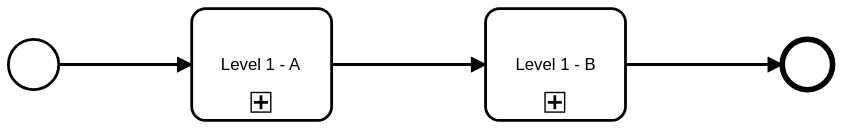
Above: buttons/resources/parent.svg in marstamm/embedded-sub-process-prototype (BPMN), before the change. Its source is kept beside it as buttons/resources/parent.bpmn. Ids are renumbered. Its diagram source:
```xml
<bpmn:definitions xmlns:bpmn="http://www.omg.org/spec/BPMN/20100524/MODEL" xmlns:bpmndi="http://www.omg.org/spec/BPMN/20100524/DI" xmlns:dc="http://www.omg.org/spec/DD/20100524/DC" xmlns:di="http://www.omg.org/spec/DD/20100524/DI" xmlns:modeler="http://camunda.org/schema/modeler/1.0" id="Definitions_n1" targetNamespace="http://bpmn.io/schema/bpmn" exporter="Camunda Modeler" exporterVersion="4.7.0" modeler:executionPlatform="Camunda Platform" modeler:executionPlatformVersion="7.14.0">
  <bpmn:process id="Process_n2" isExecutable="true">
    <bpmn:startEvent id="StartEvent_1">
      <bpmn:outgoing>Flow_n3</bpmn:outgoing>
    </bpmn:startEvent>
    <bpmn:sequenceFlow id="Flow_n3" sourceRef="StartEvent_1" targetRef="existingEmbeddedProcess" />
    <bpmn:subProcess id="existingEmbeddedProcess" name="Level 1 - A">
      <bpmn:incoming>Flow_n3</bpmn:incoming>
      <bpmn:outgoing>Flow_n4</bpmn:outgoing>
    </bpmn:subProcess>
    <bpmn:endEvent id="Event_n5">
      <bpmn:incoming>Flow_n6</bpmn:incoming>
    </bpmn:endEvent>
    <bpmn:sequenceFlow id="Flow_n4" sourceRef="existingEmbeddedProcess" targetRef="missingProcess" />
    <bpmn:subProcess id="missingProcess" name="Level 1 - B">
      <bpmn:incoming>Flow_n4</bpmn:incoming>
      <bpmn:outgoing>Flow_n6</bpmn:outgoing>
    </bpmn:subProcess>
    <bpmn:sequenceFlow id="Flow_n6" sourceRef="missingProcess" targetRef="Event_n5" />
  </bpmn:process>
  <bpmndi:BPMNDiagram id="BPMNDiagram_1">
    <bpmndi:BPMNPlane id="BPMNPlane_1" bpmnElement="Process_n2">
      <bpmndi:BPMNEdge id="Flow_n3_di" bpmnElement="Flow_n3">
        <di:waypoint x="215" y="117" />
        <di:waypoint x="310" y="117" />
      </bpmndi:BPMNEdge>
      <bpmndi:BPMNEdge id="Flow_n4_di" bpmnElement="Flow_n4">
        <di:waypoint x="410" y="117" />
        <di:waypoint x="520" y="117" />
      </bpmndi:BPMNEdge>
      <bpmndi:BPMNEdge id="Flow_n6_di" bpmnElement="Flow_n6">
        <di:waypoint x="620" y="117" />
        <di:waypoint x="732" y="117" />
      </bpmndi:BPMNEdge>
      <bpmndi:BPMNShape id="_BPMNShape_StartEvent_2" bpmnElement="StartEvent_1">
        <dc:Bounds x="179" y="99" width="36" height="36" />
      </bpmndi:BPMNShape>
      <bpmndi:BPMNShape id="Event_n5_di" bpmnElement="Event_n5">
        <dc:Bounds x="732" y="99" width="36" height="36" />
      </bpmndi:BPMNShape>
      <bpmndi:BPMNShape id="Activity_1ks2ftm_di" bpmnElement="existingEmbeddedProcess">
        <dc:Bounds x="310" y="77" width="100" height="80" />
      </bpmndi:BPMNShape>
      <bpmndi:BPMNShape id="missingProcess_di" bpmnElement="missingProcess">
        <dc:Bounds x="520" y="77" width="100" height="80" />
      </bpmndi:BPMNShape>
    </bpmndi:BPMNPlane>
  </bpmndi:BPMNDiagram>
</bpmn:definitions>
```
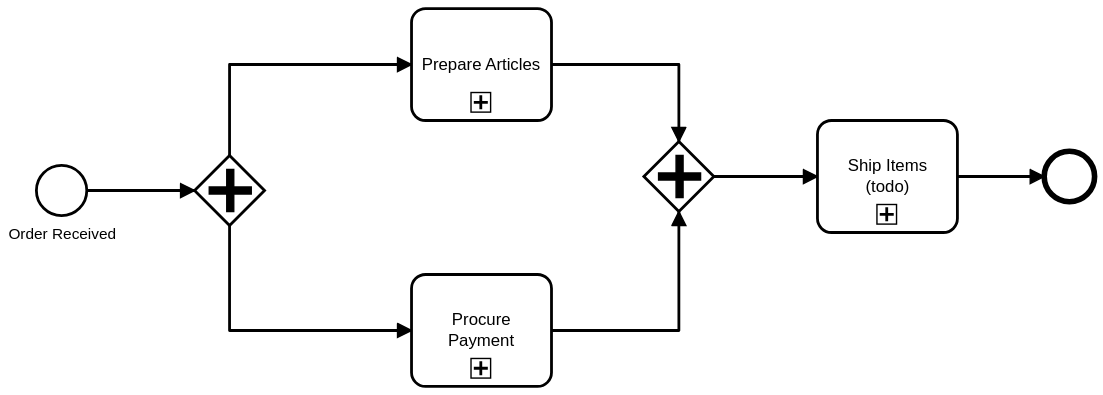
Later version of the same file.

What changed in the source:
```diff
@@ -1,48 +1,98 @@
 <bpmn:definitions xmlns:bpmn="http://www.omg.org/spec/BPMN/20100524/MODEL" xmlns:bpmndi="http://www.omg.org/spec/BPMN/20100524/DI" xmlns:dc="http://www.omg.org/spec/DD/20100524/DC" xmlns:di="http://www.omg.org/spec/DD/20100524/DI" xmlns:modeler="http://camunda.org/schema/modeler/1.0" id="Definitions_n1" targetNamespace="http://bpmn.io/schema/bpmn" exporter="Camunda Modeler" exporterVersion="4.7.0" modeler:executionPlatform="Camunda Platform" modeler:executionPlatformVersion="7.14.0">
   <bpmn:process id="Process_n2" isExecutable="true">
-    <bpmn:startEvent id="StartEvent_1">
-      <bpmn:outgoing>Flow_n3</bpmn:outgoing>
+    <bpmn:startEvent id="StartEvent_1" name="Order Received">
+      <bpmn:outgoing>Flow_n7</bpmn:outgoing>
     </bpmn:startEvent>
-    <bpmn:sequenceFlow id="Flow_n3" sourceRef="StartEvent_1" targetRef="existingEmbeddedProcess" />
-    <bpmn:subProcess id="existingEmbeddedProcess" name="Level 1 - A">
-      <bpmn:incoming>Flow_n3</bpmn:incoming>
-      <bpmn:outgoing>Flow_n4</bpmn:outgoing>
+    <bpmn:subProcess id="existingEmbeddedProcess" name="Prepare Articles">
+      <bpmn:incoming>Flow_n8</bpmn:incoming>
+      <bpmn:outgoing>Flow_n9</bpmn:outgoing>
     </bpmn:subProcess>
     <bpmn:endEvent id="Event_n5">
-      <bpmn:incoming>Flow_n6</bpmn:incoming>
+      <bpmn:incoming>Flow_n10</bpmn:incoming>
     </bpmn:endEvent>
-    <bpmn:sequenceFlow id="Flow_n4" sourceRef="existingEmbeddedProcess" targetRef="missingProcess" />
-    <bpmn:subProcess id="missingProcess" name="Level 1 - B">
-      <bpmn:incoming>Flow_n4</bpmn:incoming>
+    <bpmn:subProcess id="procurePayment" name="Procure Payment">
+      <bpmn:incoming>Flow_n11</bpmn:incoming>
       <bpmn:outgoing>Flow_n6</bpmn:outgoing>
     </bpmn:subProcess>
-    <bpmn:sequenceFlow id="Flow_n6" sourceRef="missingProcess" targetRef="Event_n5" />
+    <bpmn:sequenceFlow id="Flow_n6" sourceRef="procurePayment" targetRef="Gateway_n12" />
+    <bpmn:sequenceFlow id="Flow_n7" sourceRef="StartEvent_1" targetRef="Gateway_n13" />
+    <bpmn:parallelGateway id="Gateway_n13">
+      <bpmn:incoming>Flow_n7</bpmn:incoming>
+      <bpmn:outgoing>Flow_n8</bpmn:outgoing>
+      <bpmn:outgoing>Flow_n11</bpmn:outgoing>
+    </bpmn:parallelGateway>
+    <bpmn:sequenceFlow id="Flow_n8" sourceRef="Gateway_n13" targetRef="existingEmbeddedProcess" />
+    <bpmn:sequenceFlow id="Flow_n11" sourceRef="Gateway_n13" targetRef="procurePayment" />
+    <bpmn:parallelGateway id="Gateway_n12">
+      <bpmn:incoming>Flow_n6</bpmn:incoming>
+      <bpmn:incoming>Flow_n9</bpmn:incoming>
+      <bpmn:outgoing>Flow_n14</bpmn:outgoing>
+    </bpmn:parallelGateway>
+    <bpmn:sequenceFlow id="Flow_n9" sourceRef="existingEmbeddedProcess" targetRef="Gateway_n12" />
+    <bpmn:sequenceFlow id="Flow_n14" sourceRef="Gateway_n12" targetRef="Activity_n15" />
+    <bpmn:sequenceFlow id="Flow_n10" sourceRef="Activity_n15" targetRef="Event_n5" />
+    <bpmn:subProcess id="Activity_n15" name="Ship Items (todo)">
+      <bpmn:incoming>Flow_n14</bpmn:incoming>
+      <bpmn:outgoing>Flow_n10</bpmn:outgoing>
+    </bpmn:subProcess>
   </bpmn:process>
   <bpmndi:BPMNDiagram id="BPMNDiagram_1">
     <bpmndi:BPMNPlane id="BPMNPlane_1" bpmnElement="Process_n2">
-      <bpmndi:BPMNEdge id="Flow_n3_di" bpmnElement="Flow_n3">
-        <di:waypoint x="215" y="117" />
-        <di:waypoint x="310" y="117" />
+      <bpmndi:BPMNEdge id="Flow_n10_di" bpmnElement="Flow_n10">
+        <di:waypoint x="820" y="200" />
+        <di:waypoint x="882" y="200" />
       </bpmndi:BPMNEdge>
-      <bpmndi:BPMNEdge id="Flow_n4_di" bpmnElement="Flow_n4">
-        <di:waypoint x="410" y="117" />
-        <di:waypoint x="520" y="117" />
+      <bpmndi:BPMNEdge id="Flow_n14_di" bpmnElement="Flow_n14">
+        <di:waypoint x="646" y="200" />
+        <di:waypoint x="720" y="200" />
+      </bpmndi:BPMNEdge>
+      <bpmndi:BPMNEdge id="Flow_n9_di" bpmnElement="Flow_n9">
+        <di:waypoint x="530" y="120" />
+        <di:waypoint x="621" y="120" />
+        <di:waypoint x="621" y="175" />
+      </bpmndi:BPMNEdge>
+      <bpmndi:BPMNEdge id="Flow_n11_di" bpmnElement="Flow_n11">
+        <di:waypoint x="300" y="235" />
+        <di:waypoint x="300" y="310" />
+        <di:waypoint x="430" y="310" />
+      </bpmndi:BPMNEdge>
+      <bpmndi:BPMNEdge id="Flow_n8_di" bpmnElement="Flow_n8">
+        <di:waypoint x="300" y="185" />
+        <di:waypoint x="300" y="120" />
+        <di:waypoint x="430" y="120" />
+      </bpmndi:BPMNEdge>
+      <bpmndi:BPMNEdge id="Flow_n7_di" bpmnElement="Flow_n7">
+        <di:waypoint x="198" y="210" />
+        <di:waypoint x="275" y="210" />
       </bpmndi:BPMNEdge>
       <bpmndi:BPMNEdge id="Flow_n6_di" bpmnElement="Flow_n6">
-        <di:waypoint x="620" y="117" />
-        <di:waypoint x="732" y="117" />
+        <di:waypoint x="530" y="310" />
+        <di:waypoint x="621" y="310" />
+        <di:waypoint x="621" y="225" />
       </bpmndi:BPMNEdge>
       <bpmndi:BPMNShape id="_BPMNShape_StartEvent_2" bpmnElement="StartEvent_1">
-        <dc:Bounds x="179" y="99" width="36" height="36" />
+        <dc:Bounds x="162" y="192" width="36" height="36" />
+        <bpmndi:BPMNLabel>
+          <dc:Bounds x="142" y="235" width="77" height="14" />
+        </bpmndi:BPMNLabel>
+      </bpmndi:BPMNShape>
+      <bpmndi:BPMNShape id="Activity_1ks2ftm_di" bpmnElement="existingEmbeddedProcess">
+        <dc:Bounds x="430" y="80" width="100" height="80" />
       </bpmndi:BPMNShape>
       <bpmndi:BPMNShape id="Event_n5_di" bpmnElement="Event_n5">
-        <dc:Bounds x="732" y="99" width="36" height="36" />
+        <dc:Bounds x="882" y="182" width="36" height="36" />
       </bpmndi:BPMNShape>
-      <bpmndi:BPMNShape id="Activity_1ks2ftm_di" bpmnElement="existingEmbeddedProcess">
-        <dc:Bounds x="310" y="77" width="100" height="80" />
+      <bpmndi:BPMNShape id="missingProcess_di" bpmnElement="procurePayment">
+        <dc:Bounds x="430" y="270" width="100" height="80" />
       </bpmndi:BPMNShape>
-      <bpmndi:BPMNShape id="missingProcess_di" bpmnElement="missingProcess">
-        <dc:Bounds x="520" y="77" width="100" height="80" />
+      <bpmndi:BPMNShape id="Gateway_1xl2pgf_di" bpmnElement="Gateway_n13">
+        <dc:Bounds x="275" y="185" width="50" height="50" />
+      </bpmndi:BPMNShape>
+      <bpmndi:BPMNShape id="Gateway_n12_di" bpmnElement="Gateway_n12">
+        <dc:Bounds x="596" y="175" width="50" height="50" />
+      </bpmndi:BPMNShape>
+      <bpmndi:BPMNShape id="Activity_12y0pas_di" bpmnElement="Activity_n15">
+        <dc:Bounds x="720" y="160" width="100" height="80" />
       </bpmndi:BPMNShape>
     </bpmndi:BPMNPlane>
   </bpmndi:BPMNDiagram>
```
